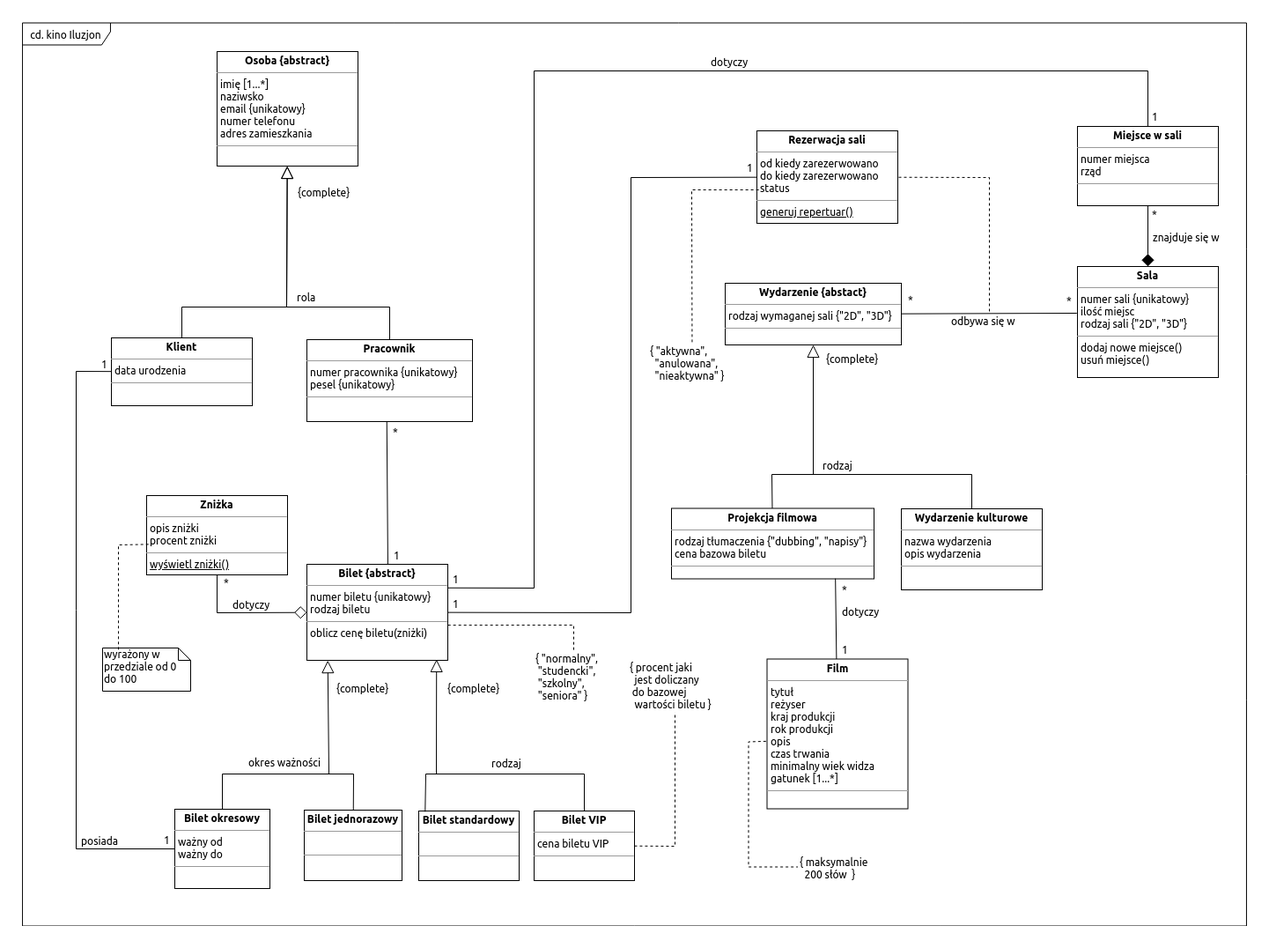
Above: MAS/project/docs/diagram_klas.png in Billith/Academic (draw.io), before the change. Source tidied: cells renumbered, new cells last; positions are measured from the earlier drawing's top-left corner, leaving out a move shared by most shapes.
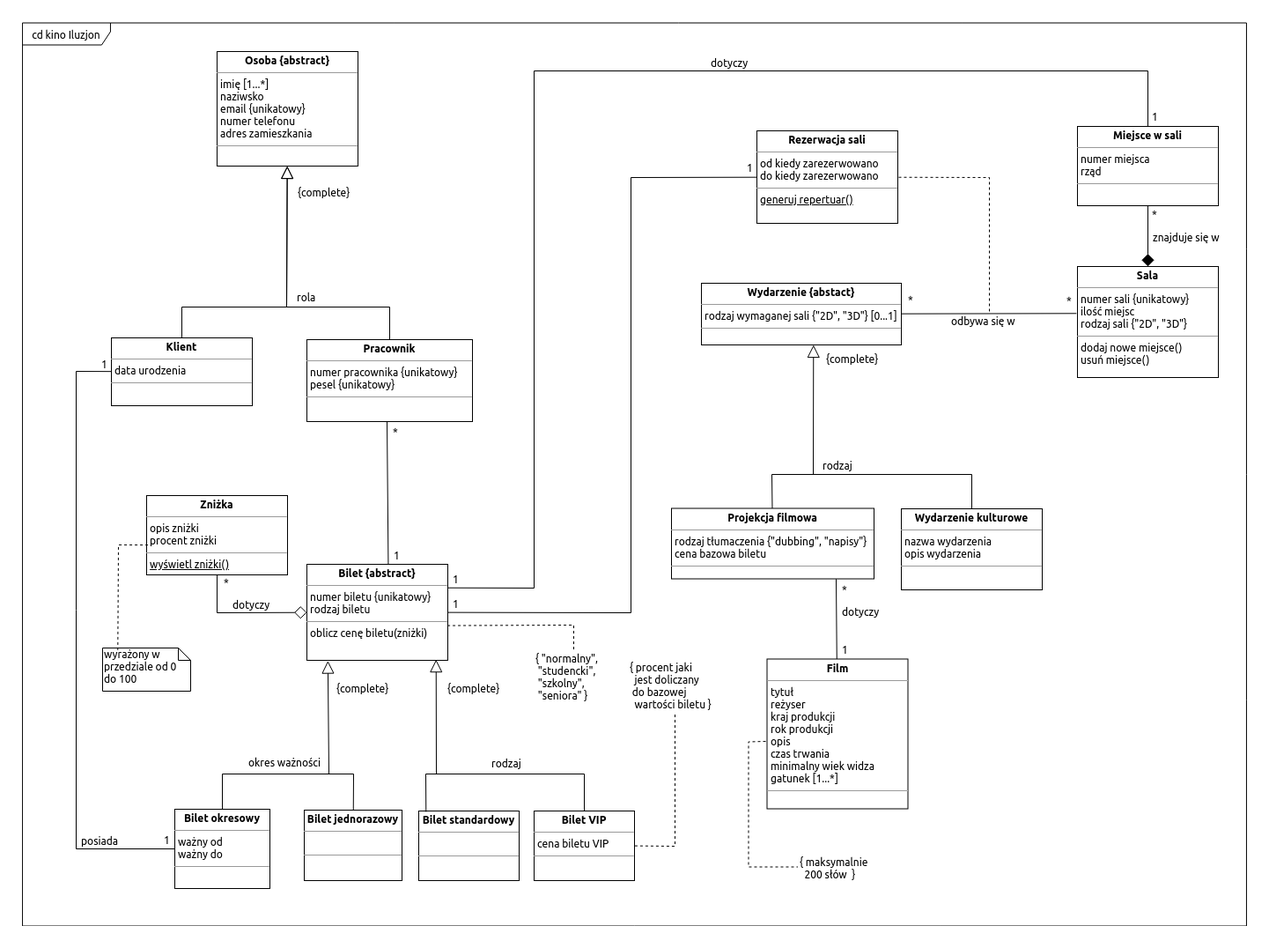
After the commit.

Change to the diagram source:
```diff
@@ -2,6 +2,9 @@
   <root>
     <mxCell id="0" />
     <mxCell id="1" parent="0" />
+    <mxCell id="77" value="cd kino Iluzjon" style="shape=umlFrame;whiteSpace=wrap;html=1;width=100;height=25;" parent="1" vertex="1">
+      <mxGeometry x="-0.1" y="-0.5" width="1390" height="1025" as="geometry" />
+    </mxCell>
     <mxCell id="2" style="endArrow=block;endFill=0;endSize=12;html=1;rounded=0;" parent="1" edge="1" source="8" target="7">
       <mxGeometry relative="1" as="geometry">
         <Array as="points">
@@ -59,11 +62,11 @@
     <mxCell id="15" value="&lt;p style=&quot;margin: 0px ; margin-top: 4px ; text-align: center&quot;&gt;&lt;b&gt;Miejsce w sali&lt;/b&gt;&lt;/p&gt;&lt;hr size=&quot;1&quot;&gt;&lt;p style=&quot;margin: 0px ; margin-left: 4px&quot;&gt;numer miejsca&lt;/p&gt;&lt;p style=&quot;margin: 0px ; margin-left: 4px&quot;&gt;rząd&lt;/p&gt;&lt;hr size=&quot;1&quot;&gt;&lt;p style=&quot;margin: 0px ; margin-left: 4px&quot;&gt;&lt;br&gt;&lt;/p&gt;" style="verticalAlign=top;align=left;overflow=fill;fontSize=12;fontFamily=Helvetica;html=1;" parent="1" vertex="1">
       <mxGeometry x="1198" y="117" width="160" height="90" as="geometry" />
     </mxCell>
-    <mxCell id="16" value="&lt;p style=&quot;margin: 0px ; margin-top: 4px ; text-align: center&quot;&gt;&lt;b&gt;Rezerwacja sali&lt;/b&gt;&lt;/p&gt;&lt;hr size=&quot;1&quot;&gt;&lt;p style=&quot;margin: 0px ; margin-left: 4px&quot;&gt;od kiedy zarezerwowano&lt;/p&gt;&lt;p style=&quot;margin: 0px ; margin-left: 4px&quot;&gt;do kiedy zarezerwowano&lt;/p&gt;&lt;p style=&quot;margin: 0px ; margin-left: 4px&quot;&gt;status&lt;/p&gt;&lt;hr size=&quot;1&quot;&gt;&lt;p style=&quot;margin: 0px ; margin-left: 4px&quot;&gt;&lt;u&gt;generuj repertuar()&lt;/u&gt;&lt;/p&gt;" style="verticalAlign=top;align=left;overflow=fill;fontSize=12;fontFamily=Helvetica;html=1;" parent="1" vertex="1">
+    <mxCell id="16" value="&lt;p style=&quot;margin: 0px ; margin-top: 4px ; text-align: center&quot;&gt;&lt;b&gt;Rezerwacja sali&lt;/b&gt;&lt;/p&gt;&lt;hr size=&quot;1&quot;&gt;&lt;p style=&quot;margin: 0px ; margin-left: 4px&quot;&gt;od kiedy zarezerwowano&lt;/p&gt;&lt;p style=&quot;margin: 0px ; margin-left: 4px&quot;&gt;do kiedy zarezerwowano&lt;/p&gt;&lt;hr size=&quot;1&quot;&gt;&lt;p style=&quot;margin: 0px ; margin-left: 4px&quot;&gt;&lt;u&gt;generuj repertuar()&lt;/u&gt;&lt;/p&gt;" style="verticalAlign=top;align=left;overflow=fill;fontSize=12;fontFamily=Helvetica;html=1;" parent="1" vertex="1">
       <mxGeometry x="834" y="122" width="160" height="105" as="geometry" />
     </mxCell>
-    <mxCell id="17" value="&lt;p style=&quot;margin: 0px ; margin-top: 4px ; text-align: center&quot;&gt;&lt;b&gt;Wydarzenie {abstact}&lt;/b&gt;&lt;/p&gt;&lt;hr size=&quot;1&quot;&gt;&lt;p style=&quot;margin: 0px ; margin-left: 4px&quot;&gt;&lt;span&gt;rodzaj wymaganej sali {&quot;2D&quot;, &quot;3D&quot;}&lt;/span&gt;&lt;br&gt;&lt;/p&gt;&lt;hr size=&quot;1&quot;&gt;&lt;p style=&quot;margin: 0px ; margin-left: 4px&quot;&gt;&lt;br&gt;&lt;/p&gt;" style="verticalAlign=top;align=left;overflow=fill;fontSize=12;fontFamily=Helvetica;html=1;" parent="1" vertex="1">
-      <mxGeometry x="798" y="295" width="200" height="70" as="geometry" />
+    <mxCell id="17" value="&lt;p style=&quot;margin: 0px ; margin-top: 4px ; text-align: center&quot;&gt;&lt;b&gt;Wydarzenie {abstact}&lt;/b&gt;&lt;/p&gt;&lt;hr size=&quot;1&quot;&gt;&lt;p style=&quot;margin: 0px ; margin-left: 4px&quot;&gt;&lt;span&gt;rodzaj wymaganej sali {&quot;2D&quot;, &quot;3D&quot;} [0...1]&lt;/span&gt;&lt;br&gt;&lt;/p&gt;&lt;hr size=&quot;1&quot;&gt;&lt;p style=&quot;margin: 0px ; margin-left: 4px&quot;&gt;&lt;br&gt;&lt;/p&gt;" style="verticalAlign=top;align=left;overflow=fill;fontSize=12;fontFamily=Helvetica;html=1;" parent="1" vertex="1">
+      <mxGeometry x="771" y="295" width="227" height="70" as="geometry" />
     </mxCell>
     <mxCell id="18" style="endArrow=none;endFill=0;endSize=12;html=1;rounded=0;" parent="1" edge="1" target="19">
       <mxGeometry relative="1" as="geometry">
@@ -125,14 +128,6 @@
     <mxCell id="32" style="group;" parent="1" vertex="1">
       <mxGeometry x="898" y="372" width="180" height="140" as="geometry" />
     </mxCell>
-    <mxCell id="33" style="endArrow=block;html=1;rounded=0;endFill=0;endSize=12;" parent="32" edge="1" source="21" target="17">
-      <mxGeometry relative="1" as="geometry">
-        <Array as="points">
-          <mxPoint x="180" y="140" />
-          <mxPoint y="140" />
-        </Array>
-      </mxGeometry>
-    </mxCell>
     <mxCell id="34" value="{complete}" style="text;html=1;align=left;verticalAlign=top;spacingTop=-4;" parent="32" vertex="1">
       <mxGeometry x="13" width="70" height="10" as="geometry" />
     </mxCell>
@@ -268,9 +263,6 @@
     <mxCell id="70" value="dotyczy" style="text;html=1;align=left;verticalAlign=top;spacingTop=-4;" parent="67" vertex="1">
       <mxGeometry x="430" width="60" height="10" as="geometry" />
     </mxCell>
-    <mxCell id="71" value="{ &quot;aktywna&quot;,&lt;br&gt;&amp;nbsp; &quot;anulowana&quot;,&lt;br&gt;&amp;nbsp; &quot;nieaktywna&quot; }&lt;br&gt;" style="text;html=1;points=[];align=left;verticalAlign=top;spacingTop=-4;" parent="67" vertex="1">
-      <mxGeometry x="361" y="327" width="100" height="40" as="geometry" />
-    </mxCell>
     <mxCell id="72" value="*" style="text;html=1;align=left;verticalAlign=top;spacingTop=-4;" parent="67" vertex="1">
       <mxGeometry x="69.5" y="419.5" width="20" height="10" as="geometry" />
     </mxCell>
@@ -285,21 +277,11 @@
     <mxCell id="74" value="{ maksymalnie&lt;br&gt;&amp;nbsp; 200 słów&amp;nbsp; }&lt;br&gt;" style="text;html=1;points=[];align=left;verticalAlign=top;spacingTop=-4;" parent="1" vertex="1">
       <mxGeometry x="880.5" y="942.5" width="90" height="30" as="geometry" />
     </mxCell>
-    <mxCell id="75" style="endArrow=none;endFill=0;endSize=12;html=1;dashed=1;exitX=0.011;exitY=0.641;exitDx=0;exitDy=0;exitPerimeter=0;rounded=0;" parent="1" edge="1" source="16" target="71">
-      <mxGeometry relative="1" as="geometry">
-        <Array as="points">
-          <mxPoint x="760" y="189" />
-        </Array>
-      </mxGeometry>
-    </mxCell>
     <mxCell id="76" style="endArrow=none;html=1;rounded=0;entryX=-0.004;entryY=0.422;entryDx=0;entryDy=0;entryPerimeter=0;" parent="1" edge="1" target="14">
       <mxGeometry relative="1" as="geometry">
         <mxPoint x="998" y="329.7" as="sourcePoint" />
       </mxGeometry>
     </mxCell>
-    <mxCell id="77" value="cd. kino Iluzjon" style="shape=umlFrame;whiteSpace=wrap;html=1;width=100;height=25;" parent="1" vertex="1">
-      <mxGeometry x="-0.1" y="-0.5" width="1390" height="1025" as="geometry" />
-    </mxCell>
     <mxCell id="78" style="endArrow=none;endFill=0;endSize=12;html=1;dashed=1;rounded=0;exitX=0.011;exitY=0.62;exitDx=0;exitDy=0;exitPerimeter=0;entryX=0.178;entryY=0.062;entryDx=0;entryDy=0;entryPerimeter=0;" parent="1" edge="1" source="11" target="42">
       <mxGeometry relative="1" as="geometry">
         <Array as="points">
@@ -355,5 +337,13 @@
     <mxCell id="89" value="{complete}" style="text;html=1;align=left;verticalAlign=top;spacingTop=-4;" parent="1" vertex="1">
       <mxGeometry x="481" y="745.5" width="70" height="10" as="geometry" />
     </mxCell>
+    <mxCell id="33" style="endArrow=block;html=1;rounded=0;endFill=0;endSize=12;entryX=0.559;entryY=1.006;entryDx=0;entryDy=0;entryPerimeter=0;" parent="1" edge="1" source="21" target="17">
+      <mxGeometry relative="1" as="geometry">
+        <Array as="points">
+          <mxPoint x="1078" y="512" />
+          <mxPoint x="898" y="512" />
+        </Array>
+      </mxGeometry>
+    </mxCell>
   </root>
 </mxGraphModel>
```
